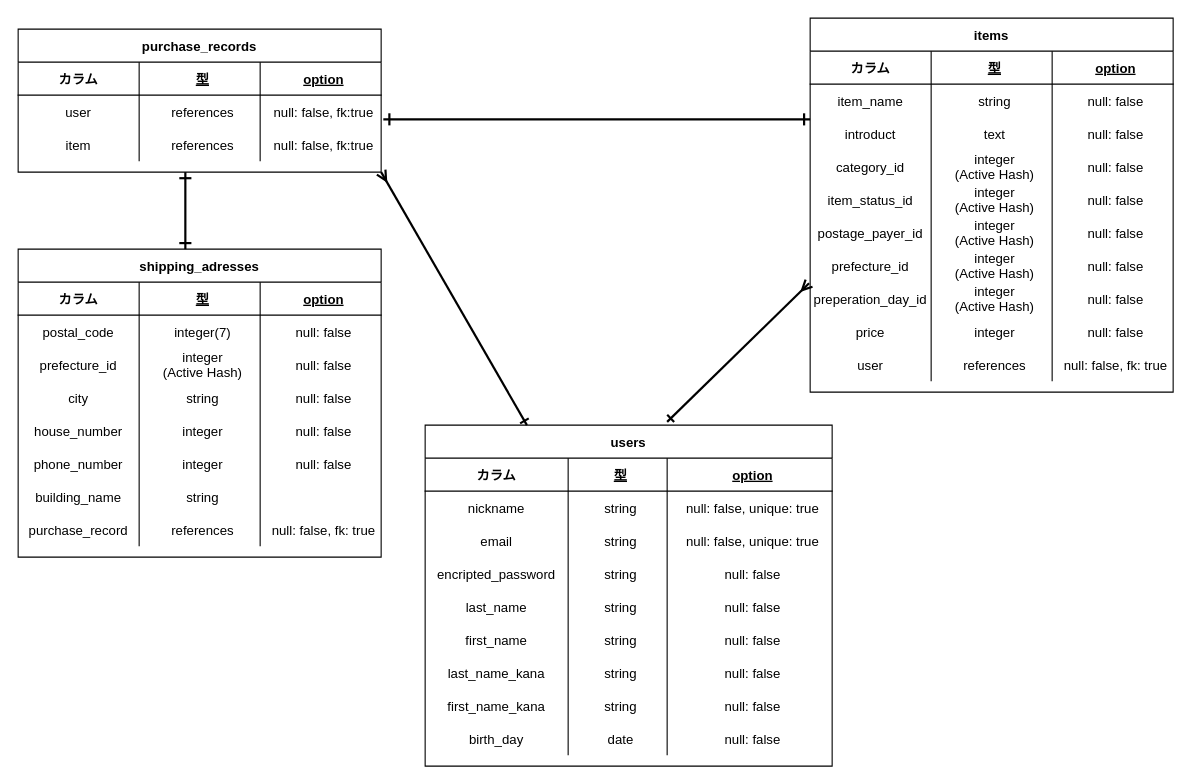
hi-roto/furima-32883 keeps this draw.io diagram as ER.dio. Above is the earlier version. Source tidied: cells renumbered, new cells numbered last; positions are measured from the earlier drawing's top-left corner, leaving out a move shared by most shapes. Both pictures are drawn from the tidied source at 110%, with x=0, y=0 at pixel (18, 18).
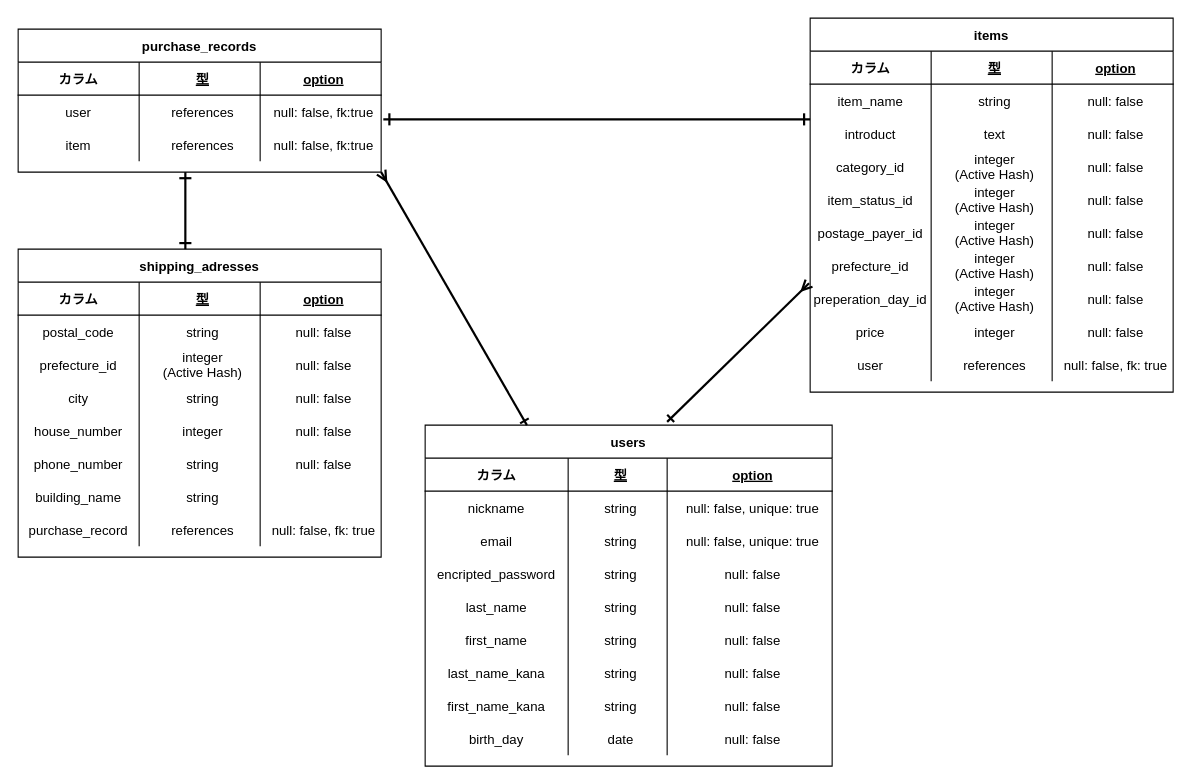
After the change.

Commit message (it also covers changes not shown here):
postal_codeとphone_numberの型をstringに変更

The change refers to these unchanged cells:
```xml
<mxCell id="98" style="shape=partialRectangle;fillColor=none;top=0;left=0;bottom=0;right=0;" parent="93" vertex="1">
  <mxGeometry y="60" width="330" height="30" as="geometry" />
</mxCell>
<mxCell id="114" style="shape=partialRectangle;fillColor=none;top=0;left=0;bottom=0;right=0;" parent="93" vertex="1">
  <mxGeometry y="180" width="330" height="30" as="geometry" />
</mxCell>
```

What changed in the source:
```diff
@@
-    <mxCell id="100" value="integer(7)" style="shape=partialRectangle;fillColor=none;top=0;left=0;bottom=0;right=0;align=center;spacingLeft=6;overflow=hidden;" parent="98" vertex="1">
+    <mxCell id="100" value="string" style="shape=partialRectangle;fillColor=none;top=0;left=0;bottom=0;right=0;align=center;spacingLeft=6;overflow=hidden;" parent="98" vertex="1">
       <mxGeometry x="110" width="110" height="30" as="geometry" />
     </mxCell>
@@
-    <mxCell id="116" value="integer" style="shape=partialRectangle;fillColor=none;top=0;left=0;bottom=0;right=0;align=center;spacingLeft=6;overflow=hidden;" parent="114" vertex="1">
+    <mxCell id="116" value="string" style="shape=partialRectangle;fillColor=none;top=0;left=0;bottom=0;right=0;align=center;spacingLeft=6;overflow=hidden;" parent="114" vertex="1">
       <mxGeometry x="110" width="110" height="30" as="geometry" />
     </mxCell>
```
